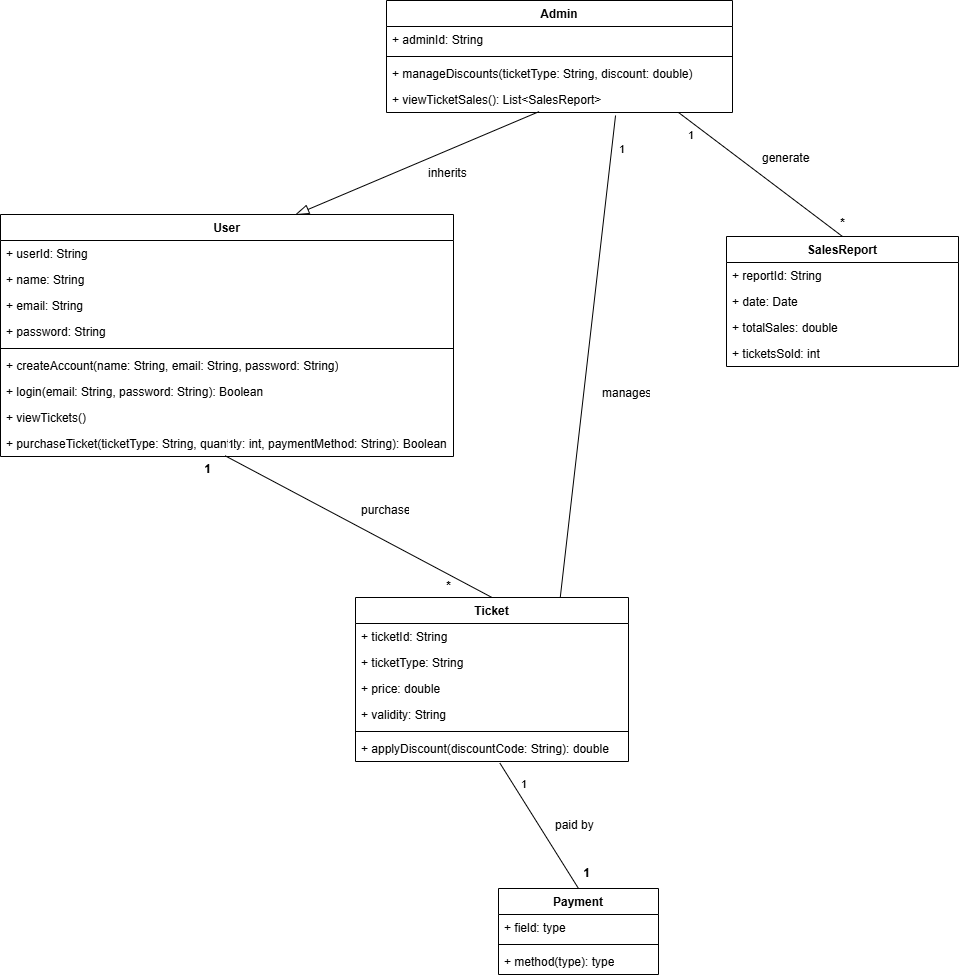
This is UML Diagram Planning.png from HAMADALMARRI55/Ticket-Booking, a draw.io export, as it was before one commit. Source tidied: cells renumbered, new cells last; positions are measured from the earlier drawing's top-left corner, leaving out a move shared by most shapes.
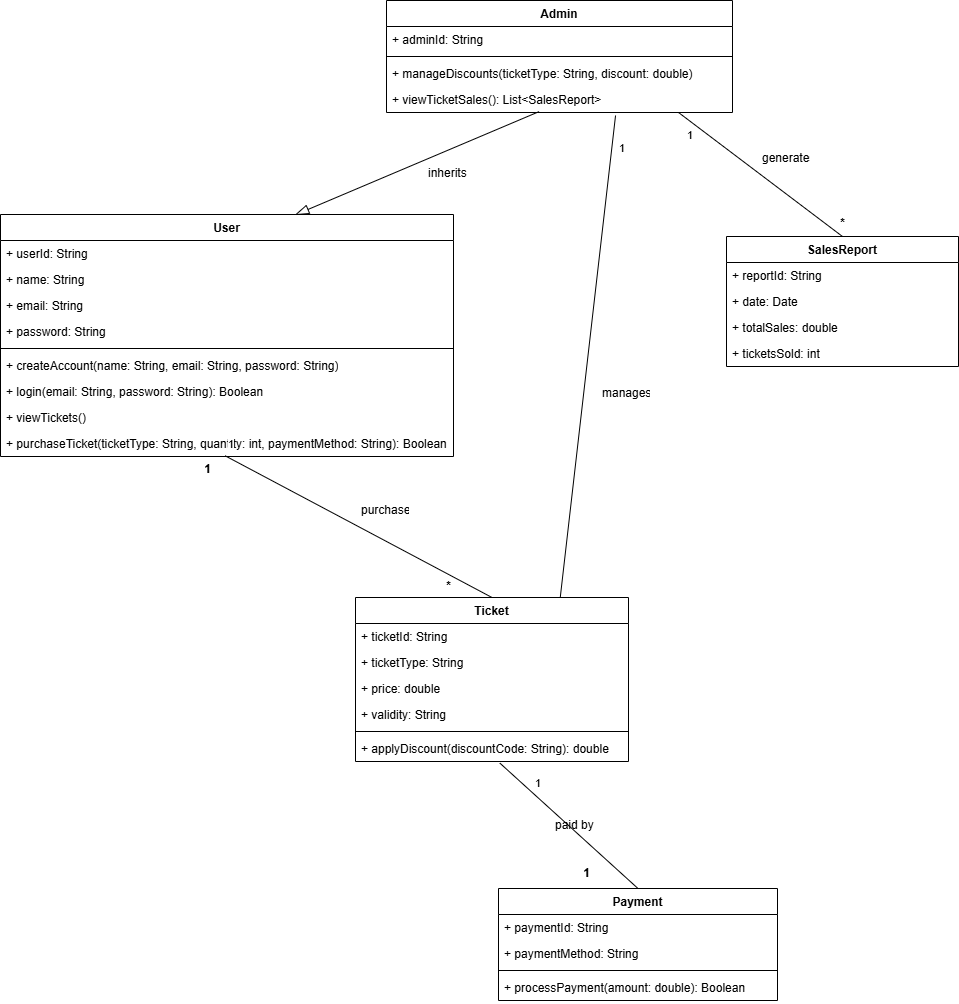
Above is the later version.

Commit message:
final uml diagram with all classes

Diff of the diagram source:
```diff
@@ -84,17 +84,20 @@
       <mxGeometry y="104" width="232" height="26" as="geometry" />
     </mxCell>
     <mxCell id="29" value="Payment" style="swimlane;fontStyle=1;align=center;verticalAlign=top;horizontal=1;startSize=26;whiteSpace=wrap;html=1;" parent="1" vertex="1">
-      <mxGeometry x="498" y="888" width="160" height="86" as="geometry" />
+      <mxGeometry x="498" y="888" width="279" height="112" as="geometry" />
     </mxCell>
-    <mxCell id="30" value="+ field: type" style="text;strokeColor=none;fillColor=none;align=left;verticalAlign=top;spacingLeft=4;spacingRight=4;overflow=hidden;whiteSpace=wrap;html=1;" parent="29" vertex="1">
-      <mxGeometry y="26" width="160" height="26" as="geometry" />
+    <mxCell id="30" value="+ paymentId: String" style="text;strokeColor=none;fillColor=none;align=left;verticalAlign=top;spacingLeft=4;spacingRight=4;overflow=hidden;whiteSpace=wrap;html=1;" parent="29" vertex="1">
+      <mxGeometry y="26" width="279" height="26" as="geometry" />
     </mxCell>
+    <mxCell id="32" value="+ paymentMethod: String" style="text;strokeColor=none;fillColor=none;align=left;verticalAlign=top;spacingLeft=4;spacingRight=4;overflow=hidden;whiteSpace=wrap;html=1;" parent="29" vertex="1">
+      <mxGeometry y="52" width="279" height="26" as="geometry" />
+    </mxCell>
     <mxCell id="31" style="line;strokeWidth=1;fillColor=none;align=left;verticalAlign=middle;spacingTop=-1;spacingLeft=3;spacingRight=3;labelPosition=right;strokeColor=inherit;" parent="29" vertex="1">
-      <mxGeometry y="52" width="160" height="8" as="geometry" />
+      <mxGeometry y="78" width="279" height="8" as="geometry" />
     </mxCell>
-    <mxCell id="32" value="+ method(type): type" style="text;strokeColor=none;fillColor=none;align=left;verticalAlign=top;spacingLeft=4;spacingRight=4;overflow=hidden;whiteSpace=wrap;html=1;" parent="29" vertex="1">
-      <mxGeometry y="60" width="160" height="26" as="geometry" />
-    </mxCell>
+    <mxCell id="47" value="+ processPayment(amount: double): Boolean" style="text;strokeColor=none;fillColor=none;align=left;verticalAlign=top;spacingLeft=4;spacingRight=4;overflow=hidden;whiteSpace=wrap;html=1;" parent="29" vertex="1">
+      <mxGeometry y="86" width="279" height="26" as="geometry" />
+    </mxCell>
     <mxCell id="33" style="endArrow=blockThin;endFill=0;endSize=12;html=1;rounded=0;exitX=0.441;exitY=0.966;exitDx=0;exitDy=0;exitPerimeter=0;entryX=0.65;entryY=0.002;entryDx=0;entryDy=0;entryPerimeter=0;" parent="1" edge="1" source="16" target="2">
       <mxGeometry relative="1" as="geometry" />
     </mxCell>
```
